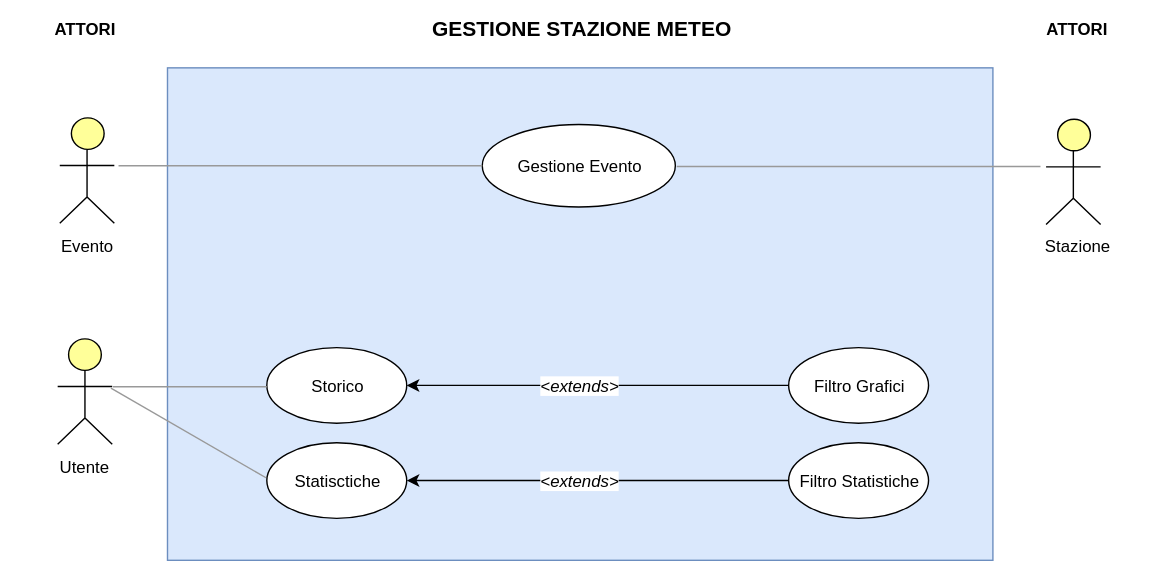
The draw.io diagram resources/ScenaryCase.svg in Leaaaf/weatherment.io, before a commit. Source tidied: cells renumbered, new cells last; positions are measured from the earlier drawing's top-left corner, leaving out a move shared by most shapes. The source it was exported from:
```xml
<mxGraphModel>
  <root>
    <mxCell id="0" />
    <mxCell id="1" parent="0" />
    <mxCell id="2" style="rounded=0;whiteSpace=wrap;html=1;fillColor=#dae8fc;strokeColor=#6c8ebf;gradientColor=none;" parent="1" vertex="1">
      <mxGeometry x="119" y="48" width="590" height="352" as="geometry" />
    </mxCell>
    <mxCell id="3" value="ATTORI" style="text;html=1;strokeColor=none;fillColor=none;align=center;verticalAlign=middle;whiteSpace=wrap;rounded=0;fontStyle=1;" parent="1" vertex="1">
      <mxGeometry width="120" height="39" as="geometry" />
    </mxCell>
    <mxCell id="4" style="html=1;whiteSpace=wrap;fillColor=#ffff99;strokeColor=#000000;verticalLabelPosition=bottom;verticalAlign=top;align=center;shape=mxgraph.archimate3.actor;" parent="1" vertex="1">
      <mxGeometry x="42" y="84" width="39" height="75" as="geometry" />
    </mxCell>
    <mxCell id="5" value="Evento&lt;br&gt;" style="text;html=1;strokeColor=none;fillColor=none;align=center;verticalAlign=middle;whiteSpace=wrap;rounded=0;" parent="1" vertex="1">
      <mxGeometry x="41" y="165" width="40" height="20" as="geometry" />
    </mxCell>
    <mxCell id="6" style="html=1;whiteSpace=wrap;fillColor=#ffff99;strokeColor=#000000;verticalLabelPosition=bottom;verticalAlign=top;align=center;shape=mxgraph.archimate3.actor;" parent="1" vertex="1">
      <mxGeometry x="747" y="85" width="39" height="75" as="geometry" />
    </mxCell>
    <mxCell id="7" value="Stazione" style="text;html=1;strokeColor=none;fillColor=none;align=center;verticalAlign=middle;whiteSpace=wrap;rounded=0;" parent="1" vertex="1">
      <mxGeometry x="749" y="165" width="40" height="20" as="geometry" />
    </mxCell>
    <mxCell id="8" value="ATTORI" style="text;html=1;strokeColor=none;fillColor=none;align=center;verticalAlign=middle;whiteSpace=wrap;rounded=0;fontStyle=1;" parent="1" vertex="1">
      <mxGeometry x="710" width="117" height="40" as="geometry" />
    </mxCell>
    <mxCell id="9" value="Gestione Evento" style="ellipse;whiteSpace=wrap;html=1;gradientColor=none;" parent="1" vertex="1">
      <mxGeometry x="344" y="88" width="138" height="59" as="geometry" />
    </mxCell>
    <mxCell id="10" style="verticalLabelPosition=bottom;shadow=0;dashed=0;align=center;html=1;verticalAlign=top;strokeWidth=1;shape=mxgraph.mockup.markup.line;strokeColor=#999999;gradientColor=none;" parent="1" vertex="1">
      <mxGeometry x="84" y="108" width="260" height="20" as="geometry" />
    </mxCell>
    <mxCell id="11" style="verticalLabelPosition=bottom;shadow=0;dashed=0;align=center;html=1;verticalAlign=top;strokeWidth=1;shape=mxgraph.mockup.markup.line;strokeColor=#999999;gradientColor=none;" parent="1" vertex="1">
      <mxGeometry x="483" y="108.5" width="260" height="20" as="geometry" />
    </mxCell>
    <mxCell id="12" value="&lt;b&gt;&lt;font style=&quot;font-size: 15px&quot;&gt;GESTIONE STAZIONE METEO&lt;/font&gt;&lt;/b&gt;" style="text;html=1;strokeColor=none;fillColor=none;align=center;verticalAlign=middle;whiteSpace=wrap;rounded=0;" parent="1" vertex="1">
      <mxGeometry x="120" width="590" height="39" as="geometry" />
    </mxCell>
    <mxCell id="13" style="html=1;whiteSpace=wrap;fillColor=#ffff99;strokeColor=#000000;verticalLabelPosition=bottom;verticalAlign=top;align=center;shape=mxgraph.archimate3.actor;" parent="1" vertex="1">
      <mxGeometry x="40.5" y="242" width="39" height="75" as="geometry" />
    </mxCell>
    <mxCell id="14" value="Utente&lt;br&gt;" style="text;html=1;strokeColor=none;fillColor=none;align=center;verticalAlign=middle;whiteSpace=wrap;rounded=0;" parent="1" vertex="1">
      <mxGeometry x="39.5" y="323" width="40" height="20" as="geometry" />
    </mxCell>
    <mxCell id="15" style="edgeStyle=orthogonalEdgeStyle;rounded=0;jettySize=auto;html=1;" parent="1" edge="1" source="17" target="18">
      <mxGeometry relative="1" as="geometry" />
    </mxCell>
    <mxCell id="16" value="&lt;i&gt;&amp;lt;extends&amp;gt;&lt;/i&gt;" style="text;html=1;align=center;verticalAlign=middle;labelBackgroundColor=#ffffff;" parent="15" vertex="1">
      <mxGeometry x="0.15" y="2" relative="1" as="geometry">
        <mxPoint x="7" y="-3" as="offset" />
      </mxGeometry>
    </mxCell>
    <mxCell id="17" value="Filtro Grafici" style="ellipse;whiteSpace=wrap;html=1;gradientColor=none;" parent="1" vertex="1">
      <mxGeometry x="563" y="248" width="100" height="54" as="geometry" />
    </mxCell>
    <mxCell id="18" value="Storico" style="ellipse;whiteSpace=wrap;html=1;gradientColor=none;" parent="1" vertex="1">
      <mxGeometry x="190" y="248" width="100" height="54" as="geometry" />
    </mxCell>
    <mxCell id="19" style="verticalLabelPosition=bottom;shadow=0;dashed=0;align=center;html=1;verticalAlign=top;strokeWidth=1;shape=mxgraph.mockup.markup.line;strokeColor=#999999;gradientColor=none;" parent="1" vertex="1">
      <mxGeometry x="80" y="266" width="110" height="20" as="geometry" />
    </mxCell>
    <mxCell id="20" value="Statisctiche" style="ellipse;whiteSpace=wrap;html=1;gradientColor=none;" parent="1" vertex="1">
      <mxGeometry x="190" y="316" width="100" height="54" as="geometry" />
    </mxCell>
    <mxCell id="21" style="verticalLabelPosition=bottom;shadow=0;dashed=0;align=center;html=1;verticalAlign=top;strokeWidth=1;shape=mxgraph.mockup.markup.line;strokeColor=#999999;gradientColor=none;rotation=30;" parent="1" vertex="1">
      <mxGeometry x="70" y="299" width="128" height="20" as="geometry" />
    </mxCell>
    <mxCell id="22" value="Filtro Statistiche" style="ellipse;whiteSpace=wrap;html=1;gradientColor=none;" parent="1" vertex="1">
      <mxGeometry x="563" y="316" width="100" height="54" as="geometry" />
    </mxCell>
    <mxCell id="23" style="edgeStyle=orthogonalEdgeStyle;rounded=0;orthogonalLoop=1;jettySize=auto;html=1;" parent="1" edge="1">
      <mxGeometry relative="1" as="geometry">
        <mxPoint x="563" y="343" as="sourcePoint" />
        <mxPoint x="290" y="343" as="targetPoint" />
      </mxGeometry>
    </mxCell>
    <mxCell id="24" value="&lt;i&gt;&amp;lt;extends&amp;gt;&lt;/i&gt;" style="text;html=1;align=center;verticalAlign=middle;labelBackgroundColor=#ffffff;" parent="23" vertex="1">
      <mxGeometry x="0.15" y="2" relative="1" as="geometry">
        <mxPoint x="7" y="-3" as="offset" />
      </mxGeometry>
    </mxCell>
  </root>
</mxGraphModel>
```
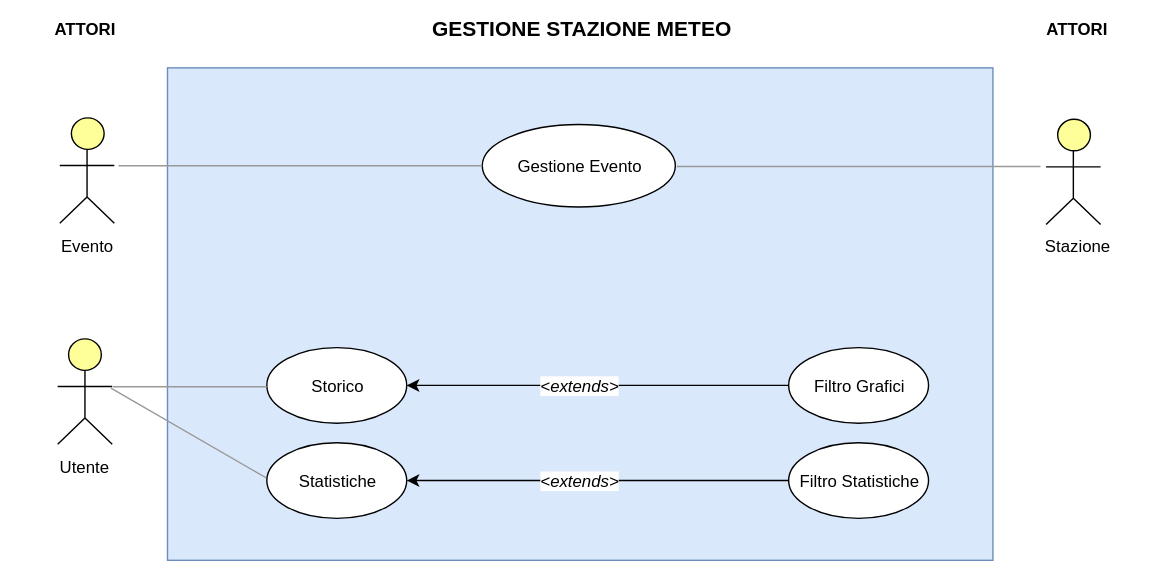
The same diagram one commit later.

What changed in the source:
```diff
@@ -58,7 +58,7 @@
     <mxCell id="19" style="verticalLabelPosition=bottom;shadow=0;dashed=0;align=center;html=1;verticalAlign=top;strokeWidth=1;shape=mxgraph.mockup.markup.line;strokeColor=#999999;gradientColor=none;" parent="1" vertex="1">
       <mxGeometry x="80" y="266" width="110" height="20" as="geometry" />
     </mxCell>
-    <mxCell id="20" value="Statisctiche" style="ellipse;whiteSpace=wrap;html=1;gradientColor=none;" parent="1" vertex="1">
+    <mxCell id="20" value="Statistiche" style="ellipse;whiteSpace=wrap;html=1;gradientColor=none;" parent="1" vertex="1">
       <mxGeometry x="190" y="316" width="100" height="54" as="geometry" />
     </mxCell>
     <mxCell id="21" style="verticalLabelPosition=bottom;shadow=0;dashed=0;align=center;html=1;verticalAlign=top;strokeWidth=1;shape=mxgraph.mockup.markup.line;strokeColor=#999999;gradientColor=none;rotation=30;" parent="1" vertex="1">
```
